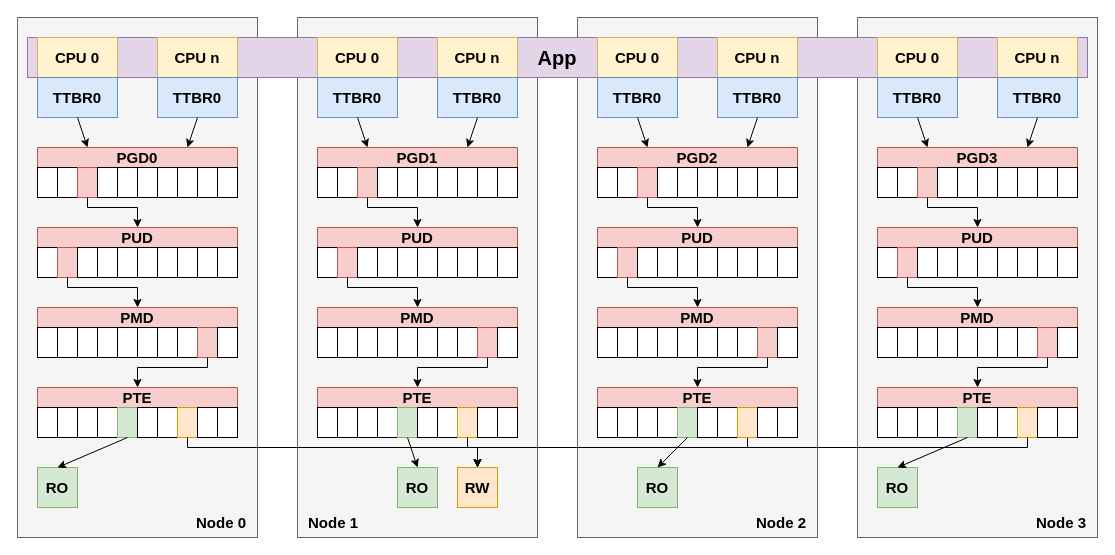
Earlier version of the draw.io diagram images/replicated_data.drawio (GadeevDmitry/Bachelor-diploma). Source tidied: cells renumbered, new cells numbered last; positions are measured from the earlier drawing's top-left corner, leaving out a move shared by most shapes. Both pictures are drawn from the tidied source at 100%, with x=0, y=0 at pixel (17, 17).
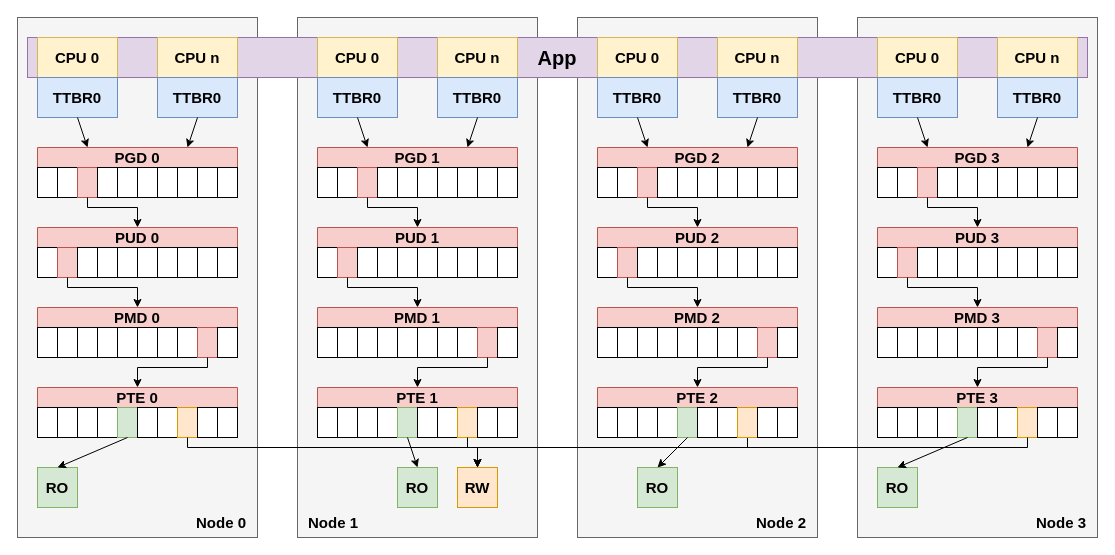
The same diagram, later.

Unchanged cells that the change refers to:
```xml
<mxCell id="2" style="group;" parent="1" vertex="1">
  <mxGeometry width="240" height="520" as="geometry" />
</mxCell>
<mxCell id="5" style="group;" parent="2" vertex="1">
  <mxGeometry x="20" y="130" width="200" height="260" as="geometry" />
</mxCell>
<mxCell id="55" style="group;" parent="1" vertex="1">
  <mxGeometry x="560" width="240" height="520" as="geometry" />
</mxCell>
<mxCell id="58" style="group;" parent="55" vertex="1">
  <mxGeometry x="20" y="130" width="200" height="260" as="geometry" />
</mxCell>
<mxCell id="109" style="group;" parent="1" vertex="1">
  <mxGeometry x="280" width="790" height="520" as="geometry" />
</mxCell>
<mxCell id="112" style="group;" parent="109" vertex="1">
  <mxGeometry x="20" y="130" width="200" height="260" as="geometry" />
</mxCell>
<mxCell id="164" style="group;" parent="1" vertex="1">
  <mxGeometry x="840" width="240" height="520" as="geometry" />
</mxCell>
<mxCell id="189" style="group;" parent="164" vertex="1">
  <mxGeometry x="20" y="130" width="200" height="260" as="geometry" />
</mxCell>
```

What changed in the source:
```diff
@@
-    <mxCell id="6" value="&lt;font style=&quot;font-size: 15px;&quot;&gt;PGD0&lt;/font&gt;" style="swimlane;whiteSpace=wrap;html=1;startSize=20;fillColor=#f8cecc;strokeColor=#b85450;" parent="5" vertex="1">
+    <mxCell id="6" value="&lt;font style=&quot;font-size: 15px;&quot;&gt;PGD 0&lt;/font&gt;" style="swimlane;whiteSpace=wrap;html=1;startSize=20;fillColor=#f8cecc;strokeColor=#b85450;" parent="5" vertex="1">
       <mxGeometry width="200" height="50" as="geometry" />
     </mxCell>
@@
-    <mxCell id="17" value="&lt;font style=&quot;font-size: 15px;&quot;&gt;PTE&lt;/font&gt;" style="swimlane;whiteSpace=wrap;html=1;startSize=20;fillColor=#f8cecc;strokeColor=#b85450;" parent="5" vertex="1">
+    <mxCell id="17" value="&lt;font style=&quot;font-size: 15px;&quot;&gt;PTE 0&lt;/font&gt;" style="swimlane;whiteSpace=wrap;html=1;startSize=20;fillColor=#f8cecc;strokeColor=#b85450;" parent="5" vertex="1">
       <mxGeometry y="240" width="200" height="50" as="geometry" />
     </mxCell>
@@
-    <mxCell id="28" value="&lt;font style=&quot;font-size: 15px;&quot;&gt;PUD&lt;/font&gt;" style="swimlane;whiteSpace=wrap;html=1;startSize=20;fillColor=#f8cecc;strokeColor=#b85450;" parent="2" vertex="1">
+    <mxCell id="28" value="&lt;font style=&quot;font-size: 15px;&quot;&gt;PUD 0&lt;/font&gt;" style="swimlane;whiteSpace=wrap;html=1;startSize=20;fillColor=#f8cecc;strokeColor=#b85450;" parent="2" vertex="1">
       <mxGeometry x="20" y="210" width="200" height="50" as="geometry" />
     </mxCell>
@@
-    <mxCell id="39" value="&lt;font style=&quot;font-size: 15px;&quot;&gt;PMD&lt;/font&gt;" style="swimlane;whiteSpace=wrap;html=1;startSize=20;fillColor=#f8cecc;strokeColor=#b85450;" parent="2" vertex="1">
+    <mxCell id="39" value="&lt;font style=&quot;font-size: 15px;&quot;&gt;PMD 0&lt;/font&gt;" style="swimlane;whiteSpace=wrap;html=1;startSize=20;fillColor=#f8cecc;strokeColor=#b85450;" parent="2" vertex="1">
       <mxGeometry x="20" y="290" width="200" height="50" as="geometry" />
     </mxCell>
@@
-    <mxCell id="59" value="&lt;font style=&quot;font-size: 15px;&quot;&gt;PGD2&lt;/font&gt;" style="swimlane;whiteSpace=wrap;html=1;startSize=20;fillColor=#f8cecc;strokeColor=#b85450;" parent="58" vertex="1">
+    <mxCell id="59" value="&lt;font style=&quot;font-size: 15px;&quot;&gt;PGD 2&lt;/font&gt;" style="swimlane;whiteSpace=wrap;html=1;startSize=20;fillColor=#f8cecc;strokeColor=#b85450;" parent="58" vertex="1">
       <mxGeometry width="200" height="50" as="geometry" />
     </mxCell>
@@
-    <mxCell id="71" value="&lt;font style=&quot;font-size: 15px;&quot;&gt;PTE&lt;/font&gt;" style="swimlane;whiteSpace=wrap;html=1;startSize=20;fillColor=#f8cecc;strokeColor=#b85450;" parent="58" vertex="1">
+    <mxCell id="71" value="&lt;font style=&quot;font-size: 15px;&quot;&gt;PTE 2&lt;/font&gt;" style="swimlane;whiteSpace=wrap;html=1;startSize=20;fillColor=#f8cecc;strokeColor=#b85450;" parent="58" vertex="1">
       <mxGeometry y="240" width="200" height="50" as="geometry" />
     </mxCell>
@@
-    <mxCell id="82" value="&lt;font style=&quot;font-size: 15px;&quot;&gt;PMD&lt;/font&gt;" style="swimlane;whiteSpace=wrap;html=1;startSize=20;fillColor=#f8cecc;strokeColor=#b85450;" parent="55" vertex="1">
+    <mxCell id="82" value="&lt;font style=&quot;font-size: 15px;&quot;&gt;PMD 2&lt;/font&gt;" style="swimlane;whiteSpace=wrap;html=1;startSize=20;fillColor=#f8cecc;strokeColor=#b85450;" parent="55" vertex="1">
       <mxGeometry x="20" y="290" width="200" height="50" as="geometry" />
     </mxCell>
@@
-    <mxCell id="93" value="&lt;font style=&quot;font-size: 15px;&quot;&gt;PUD&lt;/font&gt;" style="swimlane;whiteSpace=wrap;html=1;startSize=20;fillColor=#f8cecc;strokeColor=#b85450;" parent="55" vertex="1">
+    <mxCell id="93" value="&lt;font style=&quot;font-size: 15px;&quot;&gt;PUD 2&lt;/font&gt;" style="swimlane;whiteSpace=wrap;html=1;startSize=20;fillColor=#f8cecc;strokeColor=#b85450;" parent="55" vertex="1">
       <mxGeometry x="20" y="210" width="200" height="50" as="geometry" />
     </mxCell>
@@
-    <mxCell id="113" value="&lt;font style=&quot;font-size: 15px;&quot;&gt;PGD1&lt;/font&gt;" style="swimlane;whiteSpace=wrap;html=1;startSize=20;fillColor=#f8cecc;strokeColor=#b85450;" parent="112" vertex="1">
+    <mxCell id="113" value="&lt;font style=&quot;font-size: 15px;&quot;&gt;PGD 1&lt;/font&gt;" style="swimlane;whiteSpace=wrap;html=1;startSize=20;fillColor=#f8cecc;strokeColor=#b85450;" parent="112" vertex="1">
       <mxGeometry width="200" height="50" as="geometry" />
     </mxCell>
@@
-    <mxCell id="124" value="&lt;font style=&quot;font-size: 15px;&quot;&gt;PTE&lt;/font&gt;" style="swimlane;whiteSpace=wrap;html=1;startSize=20;fillColor=#f8cecc;strokeColor=#b85450;" parent="109" vertex="1">
+    <mxCell id="124" value="&lt;font style=&quot;font-size: 15px;&quot;&gt;PTE 1&lt;/font&gt;" style="swimlane;whiteSpace=wrap;html=1;startSize=20;fillColor=#f8cecc;strokeColor=#b85450;" parent="109" vertex="1">
       <mxGeometry x="20" y="370" width="200" height="50" as="geometry" />
     </mxCell>
@@
-    <mxCell id="135" value="&lt;font style=&quot;font-size: 15px;&quot;&gt;PMD&lt;/font&gt;" style="swimlane;whiteSpace=wrap;html=1;startSize=20;fillColor=#f8cecc;strokeColor=#b85450;" parent="109" vertex="1">
+    <mxCell id="135" value="&lt;font style=&quot;font-size: 15px;&quot;&gt;PMD 1&lt;/font&gt;" style="swimlane;whiteSpace=wrap;html=1;startSize=20;fillColor=#f8cecc;strokeColor=#b85450;" parent="109" vertex="1">
       <mxGeometry x="20" y="290" width="200" height="50" as="geometry" />
     </mxCell>
@@
-    <mxCell id="146" value="&lt;font style=&quot;font-size: 15px;&quot;&gt;PUD&lt;/font&gt;" style="swimlane;whiteSpace=wrap;html=1;startSize=20;fillColor=#f8cecc;strokeColor=#b85450;" parent="109" vertex="1">
+    <mxCell id="146" value="&lt;font style=&quot;font-size: 15px;&quot;&gt;PUD 1&lt;/font&gt;" style="swimlane;whiteSpace=wrap;html=1;startSize=20;fillColor=#f8cecc;strokeColor=#b85450;" parent="109" vertex="1">
       <mxGeometry x="20" y="210" width="200" height="50" as="geometry" />
     </mxCell>
@@
-    <mxCell id="190" value="&lt;font style=&quot;font-size: 15px;&quot;&gt;PGD3&lt;/font&gt;" style="swimlane;whiteSpace=wrap;html=1;startSize=20;fillColor=#f8cecc;strokeColor=#b85450;" parent="189" vertex="1">
+    <mxCell id="190" value="&lt;font style=&quot;font-size: 15px;&quot;&gt;PGD 3&lt;/font&gt;" style="swimlane;whiteSpace=wrap;html=1;startSize=20;fillColor=#f8cecc;strokeColor=#b85450;" parent="189" vertex="1">
       <mxGeometry width="200" height="50" as="geometry" />
     </mxCell>
@@
-    <mxCell id="203" value="&lt;font style=&quot;font-size: 15px;&quot;&gt;PTE&lt;/font&gt;" style="swimlane;whiteSpace=wrap;html=1;startSize=20;fillColor=#f8cecc;strokeColor=#b85450;" parent="164" vertex="1">
+    <mxCell id="203" value="&lt;font style=&quot;font-size: 15px;&quot;&gt;PTE 3&lt;/font&gt;" style="swimlane;whiteSpace=wrap;html=1;startSize=20;fillColor=#f8cecc;strokeColor=#b85450;" parent="164" vertex="1">
       <mxGeometry x="20" y="370" width="200" height="50" as="geometry" />
     </mxCell>
@@
-    <mxCell id="214" value="&lt;font style=&quot;font-size: 15px;&quot;&gt;PMD&lt;/font&gt;" style="swimlane;whiteSpace=wrap;html=1;startSize=20;fillColor=#f8cecc;strokeColor=#b85450;" parent="164" vertex="1">
+    <mxCell id="214" value="&lt;font style=&quot;font-size: 15px;&quot;&gt;PMD 3&lt;/font&gt;" style="swimlane;whiteSpace=wrap;html=1;startSize=20;fillColor=#f8cecc;strokeColor=#b85450;" parent="164" vertex="1">
       <mxGeometry x="20" y="290" width="200" height="50" as="geometry" />
     </mxCell>
@@
-    <mxCell id="225" value="&lt;font style=&quot;font-size: 15px;&quot;&gt;PUD&lt;/font&gt;" style="swimlane;whiteSpace=wrap;html=1;startSize=20;fillColor=#f8cecc;strokeColor=#b85450;" parent="164" vertex="1">
+    <mxCell id="225" value="&lt;font style=&quot;font-size: 15px;&quot;&gt;PUD 3&lt;/font&gt;" style="swimlane;whiteSpace=wrap;html=1;startSize=20;fillColor=#f8cecc;strokeColor=#b85450;" parent="164" vertex="1">
       <mxGeometry x="20" y="210" width="200" height="50" as="geometry" />
     </mxCell>
```
